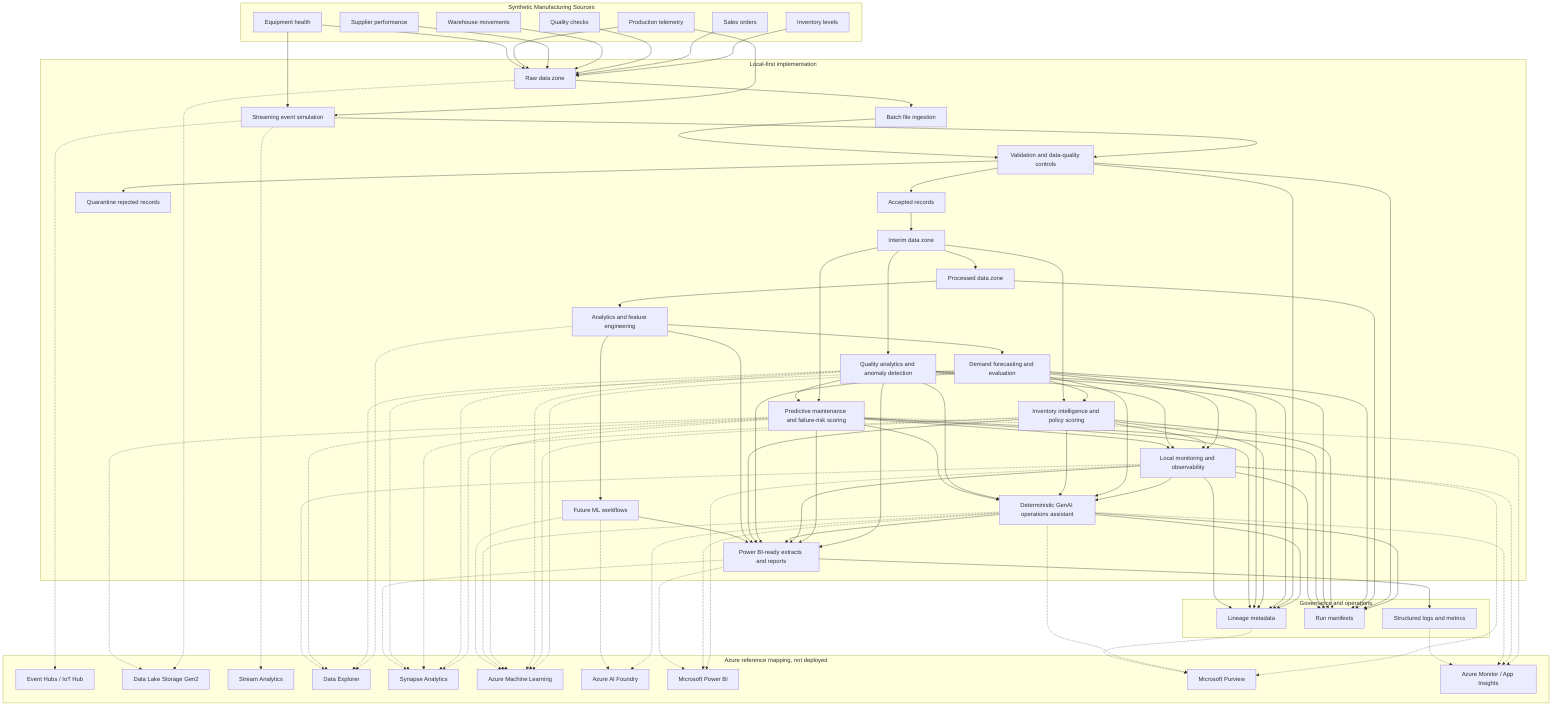
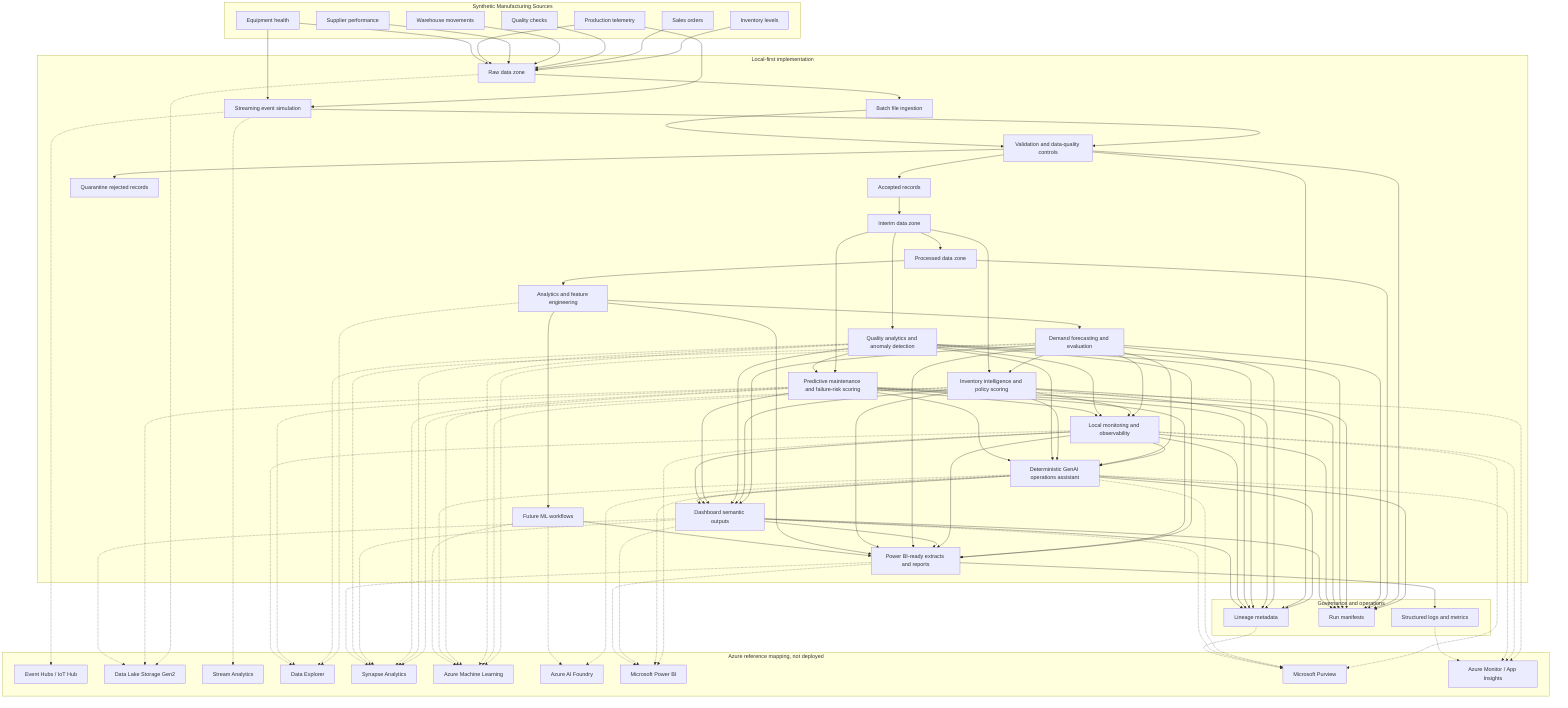
flowchart TD
    subgraph Sources["Synthetic Manufacturing Sources"]
        Production["Production telemetry"]
        Inventory["Inventory levels"]
        Sales["Sales orders"]
        Quality["Quality checks"]
        Equipment["Equipment health"]
        Warehouse["Warehouse movements"]
        Suppliers["Supplier performance"]
    end

    subgraph Local["Local-first implementation"]
        Raw["Raw data zone"]
        Batch["Batch file ingestion"]
        Stream["Streaming event simulation"]
        Validate["Validation and data-quality controls"]
        Accepted["Accepted records"]
        Quarantine["Quarantine rejected records"]
        Interim["Interim data zone"]
        Processed["Processed data zone"]
        Features["Analytics and feature engineering"]
        Forecasting["Demand forecasting and evaluation"]
        InventoryIntel["Inventory intelligence and policy scoring"]
        QualityAnalytics["Quality analytics and anomaly detection"]
        MaintenanceAnalytics["Predictive maintenance and failure-risk scoring"]
        MonitoringAnalytics["Local monitoring and observability"]
        GenAIAssistant["Deterministic GenAI operations assistant"]
+         DashboardOutputs["Dashboard semantic outputs"]
        ML["Future ML workflows"]
        Reporting["Power BI-ready extracts and reports"]
    end

    subgraph Governance["Governance and operations"]
        Lineage["Lineage metadata"]
        Manifests["Run manifests"]
        Logs["Structured logs and metrics"]
    end

    subgraph Azure["Azure reference mapping, not deployed"]
        EventHubs["Event Hubs / IoT Hub"]
        ADLS["Data Lake Storage Gen2"]
        StreamAnalytics["Stream Analytics"]
        ADX["Data Explorer"]
        Synapse["Synapse Analytics"]
        AzureML["Azure Machine Learning"]
        Foundry["Azure AI Foundry"]
        PowerBI["Microsoft Power BI"]
        Purview["Microsoft Purview"]
        Monitor["Azure Monitor / App Insights"]
    end

    Production --> Stream
    Equipment --> Stream
    Inventory --> Raw
    Sales --> Raw
    Quality --> Raw
    Warehouse --> Raw
    Suppliers --> Raw
    Production --> Raw
    Equipment --> Raw
    Raw --> Batch
    Stream --> Validate
    Batch --> Validate
    Validate --> Accepted
    Validate --> Quarantine
    Accepted --> Interim
    Interim --> Processed
    Processed --> Features
    Features --> Forecasting
    Forecasting --> InventoryIntel
    Interim --> InventoryIntel
    Interim --> QualityAnalytics
    Interim --> MaintenanceAnalytics
    QualityAnalytics --> MaintenanceAnalytics
    QualityAnalytics --> Reporting
    MaintenanceAnalytics --> Reporting
    Forecasting --> MonitoringAnalytics
    InventoryIntel --> MonitoringAnalytics
    QualityAnalytics --> MonitoringAnalytics
    MaintenanceAnalytics --> MonitoringAnalytics
    MonitoringAnalytics --> Reporting
    MonitoringAnalytics --> GenAIAssistant
    Forecasting --> GenAIAssistant
    InventoryIntel --> GenAIAssistant
    QualityAnalytics --> GenAIAssistant
    MaintenanceAnalytics --> GenAIAssistant
-     GenAIAssistant --> Reporting
+     Forecasting --> DashboardOutputs
+     InventoryIntel --> DashboardOutputs
+     QualityAnalytics --> DashboardOutputs
+     MaintenanceAnalytics --> DashboardOutputs
+     MonitoringAnalytics --> DashboardOutputs
+     GenAIAssistant --> DashboardOutputs
+     DashboardOutputs --> Reporting
    GenAIAssistant --> Lineage
    GenAIAssistant --> Manifests
    Forecasting --> Reporting
    InventoryIntel --> Reporting
    Features --> ML
    Features --> Reporting
    ML --> Reporting
    Validate --> Lineage
    Validate --> Manifests
    Processed --> Manifests
    Reporting --> Logs
    Forecasting --> Lineage
    Forecasting --> Manifests
    InventoryIntel --> Lineage
    InventoryIntel --> Manifests
    QualityAnalytics --> Lineage
    QualityAnalytics --> Manifests
    MaintenanceAnalytics --> Lineage
    MaintenanceAnalytics --> Manifests
    MonitoringAnalytics --> Lineage
    MonitoringAnalytics --> Manifests
+     DashboardOutputs --> Lineage
+     DashboardOutputs --> Manifests

    Stream -.-> EventHubs
    Raw -.-> ADLS
    Stream -.-> StreamAnalytics
    Features -.-> ADX
    Forecasting -.-> AzureML
    InventoryIntel -.-> AzureML
    InventoryIntel -.-> Synapse
    QualityAnalytics -.-> ADX
    QualityAnalytics -.-> AzureML
    QualityAnalytics -.-> Synapse
    MaintenanceAnalytics -.-> ADLS
    MaintenanceAnalytics -.-> ADX
    MaintenanceAnalytics -.-> AzureML
    MaintenanceAnalytics -.-> Synapse
    MaintenanceAnalytics -.-> Monitor
    MonitoringAnalytics -.-> Monitor
    MonitoringAnalytics -.-> ADX
    MonitoringAnalytics -.-> Purview
    MonitoringAnalytics -.-> PowerBI
    GenAIAssistant -.-> Foundry
    GenAIAssistant -.-> AzureML
    GenAIAssistant -.-> Purview
    GenAIAssistant -.-> Monitor
    GenAIAssistant -.-> PowerBI
+     DashboardOutputs -.-> Synapse
+     DashboardOutputs -.-> ADLS
+     DashboardOutputs -.-> Purview
+     DashboardOutputs -.-> PowerBI
    Forecasting -.-> Synapse
    Reporting -.-> Synapse
    ML -.-> AzureML
    Reporting -.-> PowerBI
    Lineage -.-> Purview
    Logs -.-> Monitor
    ML -.-> Foundry
